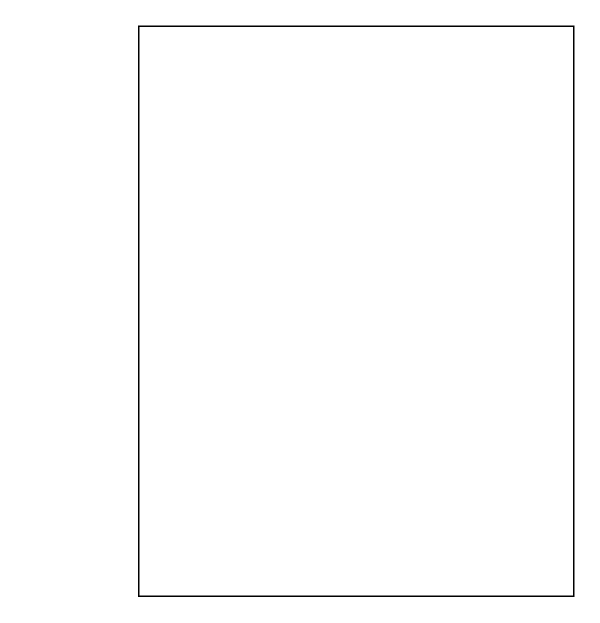
devleocruz/Engenharia-de-Software keeps this draw.io diagram as Diagrama sem nome.drawio. Above is the earlier version. Source tidied: cells renumbered, new cells numbered last; positions are measured from the earlier drawing's top-left corner, leaving out a move shared by most shapes. Both pictures are drawn from the tidied source at 150%, with x=0, y=0 at pixel (138, 26).
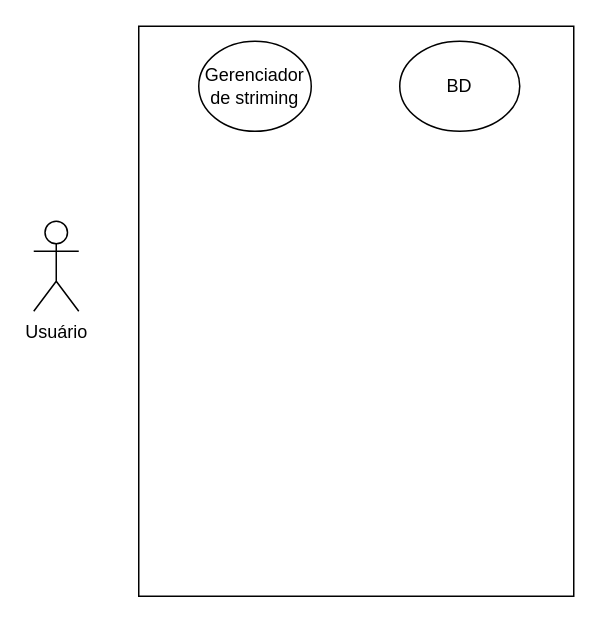
Above is the later version.

The edit, as a diff of the source:
```diff
@@
 <mxGraphModel>
   <root>
     <mxCell id="0" />
     <mxCell id="1" parent="0" />
     <mxCell id="2" style="whiteSpace=wrap;html=1;" parent="1" vertex="1">
       <mxGeometry width="290" height="380" as="geometry" />
     </mxCell>
+    <mxCell id="3" value="Usuário" style="shape=umlActor;verticalLabelPosition=bottom;verticalAlign=top;html=1;" parent="1" vertex="1">
+      <mxGeometry x="-70" y="130" width="30" height="60" as="geometry" />
+    </mxCell>
+    <mxCell id="4" value="Gerenciador de striming" style="ellipse;whiteSpace=wrap;html=1;" parent="1" vertex="1">
+      <mxGeometry x="40" y="10" width="75" height="60" as="geometry" />
+    </mxCell>
+    <mxCell id="5" value="BD" style="ellipse;whiteSpace=wrap;html=1;" parent="1" vertex="1">
+      <mxGeometry x="174" y="10" width="80" height="60" as="geometry" />
+    </mxCell>
   </root>
 </mxGraphModel>
```
